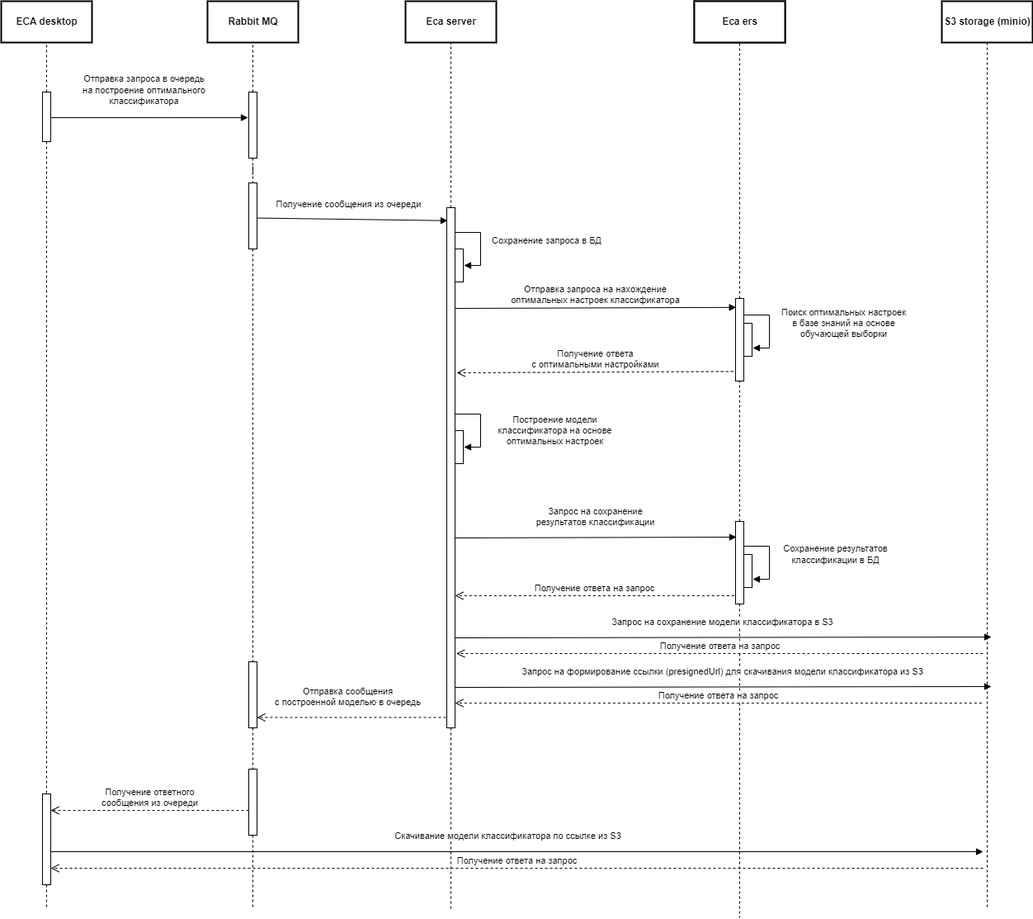
Above: doc/images/evaluation-optimizer-request-sequence.png in Stonnos/eca-service (draw.io), before the change. Source tidied: cells renumbered, new cells last; positions are measured from the earlier drawing's top-left corner, leaving out a move shared by most shapes.
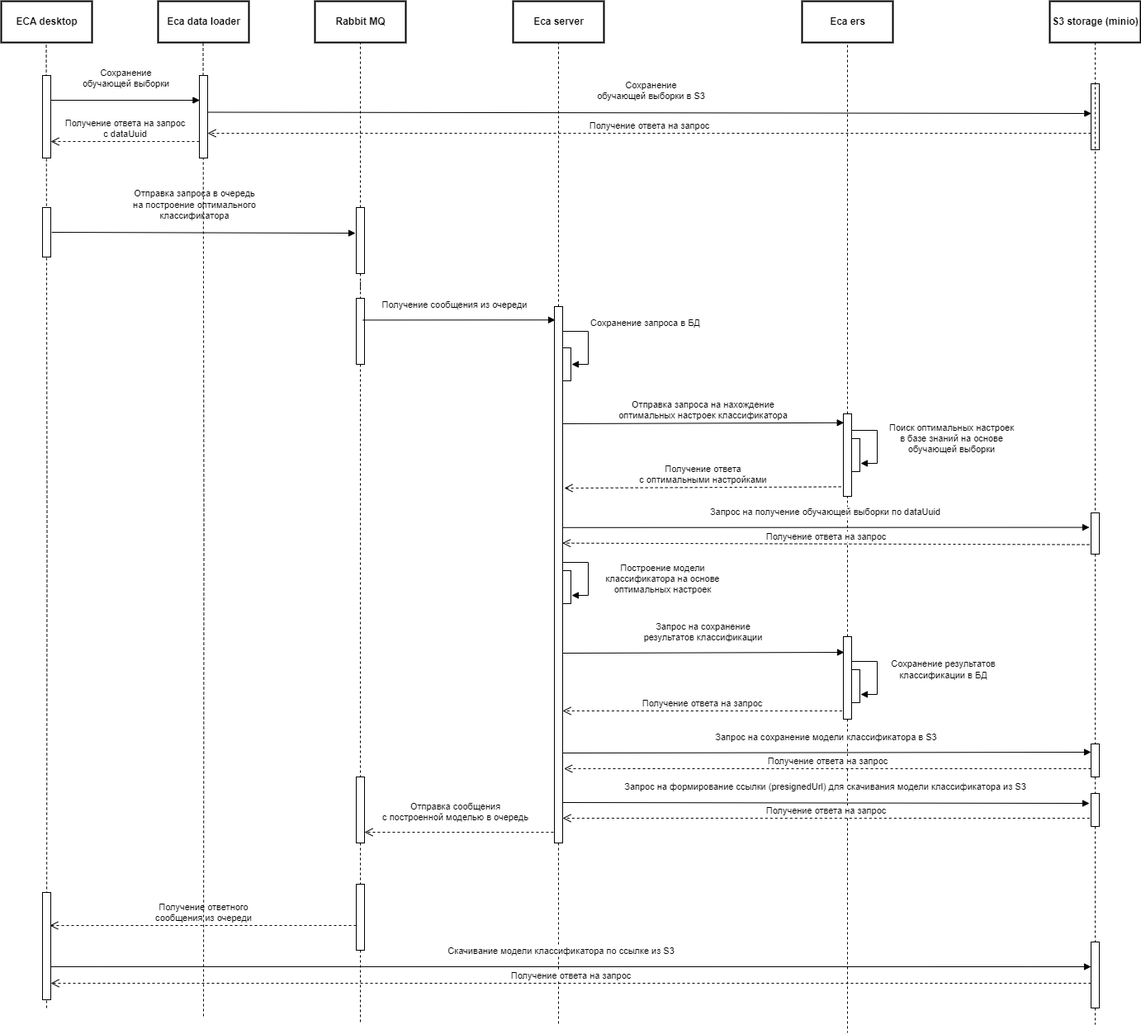
The same diagram one commit later.

Commit message:
#ES-295 - updated sequence diagrams

What changed in the source:
```diff
@@ -2,17 +2,20 @@
   <root>
     <mxCell id="0" />
     <mxCell id="1" parent="0" />
-    <mxCell id="2" style="edgeStyle=orthogonalEdgeStyle;rounded=0;jettySize=auto;html=1;endArrow=none;endFill=0;dashed=1;entryX=0.5;entryY=1;entryDx=0;entryDy=0;" parent="1" edge="1" source="4" target="5">
-      <mxGeometry relative="1" as="geometry" />
-    </mxCell>
-    <mxCell id="3" style="edgeStyle=orthogonalEdgeStyle;rounded=0;jettySize=auto;html=1;dashed=1;endArrow=none;endFill=0;" parent="1" edge="1" source="4" target="32">
-      <mxGeometry relative="1" as="geometry" />
-    </mxCell>
+    <mxCell id="53" style="edgeStyle=orthogonalEdgeStyle;rounded=0;jettySize=auto;html=1;startArrow=none;startFill=0;dashed=1;endArrow=none;endFill=0;" parent="1" edge="1" source="70" target="64">
+      <mxGeometry relative="1" as="geometry" />
+    </mxCell>
+    <mxCell id="54" style="edgeStyle=orthogonalEdgeStyle;rounded=0;orthogonalLoop=1;jettySize=auto;html=1;entryX=0.5;entryY=1;entryDx=0;entryDy=0;dashed=1;endArrow=none;endFill=0;strokeColor=#000000;" parent="1" edge="1">
+      <mxGeometry relative="1" as="geometry">
+        <mxPoint x="-75" y="1080" as="sourcePoint" />
+        <mxPoint x="-75.5" y="-100" as="targetPoint" />
+      </mxGeometry>
+    </mxCell>
     <mxCell id="4" style="html=1;points=[];perimeter=orthogonalPerimeter;" parent="1" vertex="1">
-      <mxGeometry x="50" y="110" width="10" height="60" as="geometry" />
+      <mxGeometry x="-80" y="110" width="10" height="60" as="geometry" />
     </mxCell>
     <mxCell id="5" value="&lt;b&gt;ECA desktop&lt;/b&gt;" style="html=1;strokeWidth=2;" parent="1" vertex="1">
-      <mxGeometry width="110" height="50" as="geometry" />
+      <mxGeometry x="-130" y="-140" width="110" height="50" as="geometry" />
     </mxCell>
     <mxCell id="6" style="edgeStyle=orthogonalEdgeStyle;rounded=0;jettySize=auto;html=1;entryX=0.5;entryY=1;entryDx=0;entryDy=0;dashed=1;endArrow=none;endFill=0;" parent="1" edge="1" source="7" target="9">
       <mxGeometry relative="1" as="geometry" />
@@ -20,19 +23,17 @@
     <mxCell id="7" style="html=1;points=[];perimeter=orthogonalPerimeter;" parent="1" vertex="1">
       <mxGeometry x="300" y="110" width="10" height="80" as="geometry" />
     </mxCell>
-    <mxCell id="8" value="&lt;font style=&quot;font-size: 11px&quot;&gt;Отправка запроса в очередь&lt;br&gt;на построение оптимального&lt;br&gt;классификатора&lt;/font&gt;" style="html=1;verticalAlign=bottom;endArrow=block;entryX=-0.1;entryY=0.388;entryDx=0;entryDy=0;entryPerimeter=0;" parent="1" edge="1" target="7">
-      <mxGeometry x="-0.06" y="11" relative="1" as="geometry">
-        <mxPoint x="60" y="141" as="sourcePoint" />
-      </mxGeometry>
+    <mxCell id="8" value="&lt;font style=&quot;font-size: 11px&quot;&gt;Отправка запроса в очередь&lt;br&gt;на построение оптимального&lt;br&gt;классификатора&lt;/font&gt;" style="html=1;verticalAlign=bottom;endArrow=block;entryX=-0.1;entryY=0.388;entryDx=0;entryDy=0;entryPerimeter=0;exitX=1.12;exitY=0.5;exitDx=0;exitDy=0;exitPerimeter=0;" parent="1" edge="1" source="4" target="7">
+      <mxGeometry x="-0.06" y="11" relative="1" as="geometry" />
     </mxCell>
     <mxCell id="9" value="&lt;b&gt;Rabbit MQ&lt;/b&gt;" style="html=1;strokeWidth=2;" parent="1" vertex="1">
-      <mxGeometry x="250" width="110" height="50" as="geometry" />
+      <mxGeometry x="250" y="-140" width="110" height="50" as="geometry" />
     </mxCell>
     <mxCell id="10" value="&lt;b&gt;Eca server&lt;/b&gt;" style="html=1;strokeWidth=2;" parent="1" vertex="1">
-      <mxGeometry x="490" width="110" height="50" as="geometry" />
+      <mxGeometry x="490" y="-140" width="110" height="50" as="geometry" />
     </mxCell>
     <mxCell id="11" value="&lt;b&gt;Eca ers&lt;/b&gt;" style="html=1;strokeWidth=2;" parent="1" vertex="1">
-      <mxGeometry x="840" width="110" height="50" as="geometry" />
+      <mxGeometry x="840" y="-140" width="110" height="50" as="geometry" />
     </mxCell>
     <mxCell id="12" style="edgeStyle=orthogonalEdgeStyle;rounded=0;jettySize=auto;html=1;entryX=0.5;entryY=1;entryDx=0;entryDy=0;dashed=1;endArrow=none;endFill=0;strokeColor=#000000;" parent="1" edge="1" source="14" target="10">
       <mxGeometry relative="1" as="geometry" />
@@ -43,7 +44,7 @@
       </mxGeometry>
     </mxCell>
     <mxCell id="14" style="html=1;points=[];perimeter=orthogonalPerimeter;" parent="1" vertex="1">
-      <mxGeometry x="540" y="250" width="10" height="630" as="geometry" />
+      <mxGeometry x="540" y="230" width="10" height="650" as="geometry" />
     </mxCell>
     <mxCell id="15" style="html=1;points=[];perimeter=orthogonalPerimeter;" parent="1" vertex="1">
       <mxGeometry x="300" y="220" width="10" height="80" as="geometry" />
@@ -51,25 +52,26 @@
     <mxCell id="16" style="edgeStyle=orthogonalEdgeStyle;rounded=0;jettySize=auto;html=1;dashed=1;endArrow=none;endFill=0;" parent="1" edge="1" source="7" target="15">
       <mxGeometry relative="1" as="geometry" />
     </mxCell>
-    <mxCell id="17" value="&lt;font style=&quot;font-size: 11px&quot;&gt;Получение сообщения из очереди&lt;/font&gt;" style="html=1;verticalAlign=bottom;endArrow=block;strokeColor=#000000;entryX=0.1;entryY=0.025;entryDx=0;entryDy=0;entryPerimeter=0;exitX=1.071;exitY=0.532;exitDx=0;exitDy=0;exitPerimeter=0;" parent="1" edge="1" source="15" target="14">
+    <mxCell id="17" value="&lt;font style=&quot;font-size: 11px&quot;&gt;Получение сообщения из очереди&lt;/font&gt;" style="html=1;verticalAlign=bottom;endArrow=block;strokeColor=#000000;entryX=0.1;entryY=0.025;entryDx=0;entryDy=0;entryPerimeter=0;exitX=0.8;exitY=0.33;exitDx=0;exitDy=0;exitPerimeter=0;" parent="1" edge="1" source="15" target="14">
       <mxGeometry x="-0.04" y="9" relative="1" as="geometry" />
     </mxCell>
     <mxCell id="18" style="html=1;perimeter=orthogonalPerimeter;" parent="1" vertex="1">
-      <mxGeometry x="550" y="300" width="10" height="40" as="geometry" />
+      <mxGeometry x="550" y="280" width="10" height="40" as="geometry" />
     </mxCell>
     <mxCell id="19" value="Сохранение запроса в БД" style="edgeStyle=orthogonalEdgeStyle;html=1;align=left;spacingLeft=2;endArrow=block;rounded=0;strokeColor=#000000;" parent="1" edge="1">
       <mxGeometry x="-0.1" y="10" relative="1" as="geometry">
         <mxPoint x="550" y="280" as="sourcePoint" />
-        <mxPoint x="561" y="320" as="targetPoint" />
+        <mxPoint x="561" y="300" as="targetPoint" />
         <Array as="points">
-          <mxPoint x="550" y="280" />
-          <mxPoint x="581" y="280" />
-          <mxPoint x="581" y="320" />
+          <mxPoint x="550" y="260" />
+          <mxPoint x="581" y="260" />
+          <mxPoint x="581" y="300" />
+          <mxPoint x="561" y="300" />
         </Array>
       </mxGeometry>
     </mxCell>
     <mxCell id="20" style="html=1;perimeter=orthogonalPerimeter;" parent="1" vertex="1">
-      <mxGeometry x="550" y="520" width="10" height="40" as="geometry" />
+      <mxGeometry x="550" y="550" width="10" height="40" as="geometry" />
     </mxCell>
     <mxCell id="21" style="edgeStyle=orthogonalEdgeStyle;rounded=0;jettySize=auto;html=1;entryX=0.5;entryY=1;entryDx=0;entryDy=0;endArrow=none;endFill=0;strokeColor=#000000;dashed=1;" parent="1" edge="1" source="38" target="11">
       <mxGeometry relative="1" as="geometry" />
@@ -96,12 +98,12 @@
     </mxCell>
     <mxCell id="26" value="&lt;font style=&quot;font-size: 11px&quot;&gt;Построение модели&lt;br&gt;классификатора на основе&lt;br&gt;оптимальных настроек&lt;/font&gt;" style="edgeStyle=orthogonalEdgeStyle;html=1;align=center;spacingLeft=2;endArrow=block;rounded=0;strokeColor=#000000;" parent="1" edge="1">
       <mxGeometry x="0.12" y="89" relative="1" as="geometry">
-        <mxPoint x="550" y="500" as="sourcePoint" />
-        <mxPoint x="561" y="540" as="targetPoint" />
+        <mxPoint x="550" y="540" as="sourcePoint" />
+        <mxPoint x="561" y="580" as="targetPoint" />
         <Array as="points">
-          <mxPoint x="550" y="500" />
-          <mxPoint x="581" y="500" />
+          <mxPoint x="550" y="540" />
           <mxPoint x="581" y="540" />
+          <mxPoint x="581" y="580" />
         </Array>
       </mxGeometry>
     </mxCell>
@@ -119,13 +121,8 @@
     <mxCell id="30" value="&lt;font style=&quot;font-size: 11px&quot;&gt;Отправка сообщения&lt;br&gt;с построенной моделью в очередь&lt;/font&gt;" style="html=1;verticalAlign=bottom;endArrow=open;dashed=1;endSize=8;strokeColor=#000000;exitX=-0.106;exitY=0.98;exitDx=0;exitDy=0;exitPerimeter=0;" parent="1" edge="1" source="14" target="28">
       <mxGeometry x="0.04" y="-9" relative="1" as="geometry" />
     </mxCell>
-    <mxCell id="31" style="edgeStyle=orthogonalEdgeStyle;rounded=0;jettySize=auto;html=1;endArrow=none;endFill=0;strokeColor=#000000;dashed=1;" parent="1" edge="1" source="32">
-      <mxGeometry relative="1" as="geometry">
-        <mxPoint x="55" y="1100" as="targetPoint" />
-      </mxGeometry>
-    </mxCell>
     <mxCell id="32" style="html=1;points=[];perimeter=orthogonalPerimeter;" parent="1" vertex="1">
-      <mxGeometry x="50" y="960" width="10" height="110" as="geometry" />
+      <mxGeometry x="-80" y="940" width="10" height="130" as="geometry" />
     </mxCell>
     <mxCell id="33" style="html=1;points=[];perimeter=orthogonalPerimeter;" parent="1" vertex="1">
       <mxGeometry x="300" y="930" width="10" height="80" as="geometry" />
@@ -133,10 +130,9 @@
     <mxCell id="34" style="edgeStyle=orthogonalEdgeStyle;rounded=0;jettySize=auto;html=1;dashed=1;endArrow=none;endFill=0;strokeColor=#000000;" parent="1" edge="1" source="28" target="33">
       <mxGeometry relative="1" as="geometry" />
     </mxCell>
-    <mxCell id="35" value="&lt;font style=&quot;font-size: 11px&quot;&gt;Получение ответного&lt;br&gt;сообщения из очереди&lt;/font&gt;" style="html=1;verticalAlign=bottom;endArrow=open;dashed=1;endSize=8;strokeColor=#000000;" parent="1" edge="1">
+    <mxCell id="35" value="&lt;font style=&quot;font-size: 11px&quot;&gt;Получение ответного&lt;br&gt;сообщения из очереди&lt;/font&gt;" style="html=1;verticalAlign=bottom;endArrow=open;dashed=1;endSize=8;strokeColor=#000000;entryX=0.88;entryY=0.308;entryDx=0;entryDy=0;entryPerimeter=0;" parent="1" edge="1" target="32">
       <mxGeometry relative="1" as="geometry">
         <mxPoint x="300" y="980" as="sourcePoint" />
-        <mxPoint x="60" y="980" as="targetPoint" />
       </mxGeometry>
     </mxCell>
     <mxCell id="36" style="html=1;perimeter=orthogonalPerimeter;" parent="1" vertex="1">
@@ -184,21 +180,17 @@
         </Array>
       </mxGeometry>
     </mxCell>
-    <mxCell id="44" value="&lt;b&gt;Eca ers&lt;/b&gt;" style="html=1;strokeWidth=2;" parent="1" vertex="1">
-      <mxGeometry x="840" width="110" height="50" as="geometry" />
-    </mxCell>
-    <mxCell id="45" style="edgeStyle=orthogonalEdgeStyle;rounded=0;jettySize=auto;html=1;startArrow=none;startFill=0;dashed=1;endArrow=none;endFill=0;" parent="1" edge="1" source="46">
+    <mxCell id="45" style="edgeStyle=orthogonalEdgeStyle;rounded=0;jettySize=auto;html=1;startArrow=none;startFill=0;dashed=1;endArrow=none;endFill=0;" parent="1" edge="1" source="64">
       <mxGeometry relative="1" as="geometry">
         <mxPoint x="1195" y="1100" as="targetPoint" />
       </mxGeometry>
     </mxCell>
     <mxCell id="46" value="&lt;b&gt;S3 storage (minio)&lt;/b&gt;" style="html=1;strokeWidth=2;" parent="1" vertex="1">
-      <mxGeometry x="1140" width="110" height="50" as="geometry" />
+      <mxGeometry x="1140" y="-140" width="110" height="50" as="geometry" />
     </mxCell>
-    <mxCell id="47" value="Запрос на сохранение модели классификатора в S3" style="html=1;verticalAlign=bottom;endArrow=block;strokeColor=#000000;" parent="1" edge="1">
+    <mxCell id="47" value="Запрос на сохранение модели классификатора в S3" style="html=1;verticalAlign=bottom;endArrow=block;strokeColor=#000000;entryX=0;entryY=0.25;entryDx=0;entryDy=0;entryPerimeter=0;" parent="1" edge="1" target="65">
       <mxGeometry y="10" relative="1" as="geometry">
         <mxPoint x="550" y="771" as="sourcePoint" />
-        <mxPoint x="1200" y="770" as="targetPoint" />
       </mxGeometry>
     </mxCell>
     <mxCell id="48" value="&lt;font style=&quot;font-size: 11px&quot;&gt;Получение ответа на запрос&lt;/font&gt;" style="html=1;verticalAlign=bottom;endArrow=open;dashed=1;endSize=8;strokeColor=#000000;" parent="1" edge="1">
@@ -207,10 +199,9 @@
         <mxPoint x="551.6" y="790" as="targetPoint" />
       </mxGeometry>
     </mxCell>
-    <mxCell id="49" value="Запрос на формирование ссылки (presignedUrl) для скачивания модели классификатора из S3" style="html=1;verticalAlign=bottom;endArrow=block;strokeColor=#000000;" parent="1" edge="1">
+    <mxCell id="49" value="Запрос на формирование ссылки (presignedUrl) для скачивания модели классификатора из S3" style="html=1;verticalAlign=bottom;endArrow=block;strokeColor=#000000;entryX=-0.2;entryY=0.3;entryDx=0;entryDy=0;entryPerimeter=0;" parent="1" edge="1" target="66">
       <mxGeometry y="10" relative="1" as="geometry">
         <mxPoint x="550" y="831" as="sourcePoint" />
-        <mxPoint x="1200" y="830" as="targetPoint" />
       </mxGeometry>
     </mxCell>
     <mxCell id="50" value="&lt;font style=&quot;font-size: 11px&quot;&gt;Получение ответа на запрос&lt;/font&gt;" style="html=1;verticalAlign=bottom;endArrow=open;dashed=1;endSize=8;strokeColor=#000000;" parent="1" edge="1">
@@ -219,18 +210,77 @@
         <mxPoint x="550" y="850" as="targetPoint" />
       </mxGeometry>
     </mxCell>
-    <mxCell id="51" value="&lt;font style=&quot;font-size: 11px&quot;&gt;Скачивание модели классификатора по ссылке из S3&lt;br&gt;&lt;/font&gt;" style="html=1;verticalAlign=bottom;endArrow=block;strokeColor=#000000;" parent="1" edge="1">
+    <mxCell id="51" value="&lt;font style=&quot;font-size: 11px&quot;&gt;Скачивание модели классификатора по ссылке из S3&lt;br&gt;&lt;/font&gt;" style="html=1;verticalAlign=bottom;endArrow=block;strokeColor=#000000;exitX=1;exitY=0.692;exitDx=0;exitDy=0;exitPerimeter=0;" parent="1" edge="1" source="32">
       <mxGeometry x="-0.02" y="10" relative="1" as="geometry">
-        <mxPoint x="60" y="1030" as="sourcePoint" />
         <mxPoint x="1190" y="1030" as="targetPoint" />
         <mxPoint x="-1" as="offset" />
       </mxGeometry>
     </mxCell>
-    <mxCell id="52" value="&lt;font style=&quot;font-size: 11px&quot;&gt;Получение ответа на запрос&lt;/font&gt;" style="html=1;verticalAlign=bottom;endArrow=open;dashed=1;endSize=8;strokeColor=#000000;entryX=1.294;entryY=0.786;entryDx=0;entryDy=0;entryPerimeter=0;" parent="1" edge="1">
+    <mxCell id="52" value="&lt;font style=&quot;font-size: 11px&quot;&gt;Получение ответа на запрос&lt;/font&gt;" style="html=1;verticalAlign=bottom;endArrow=open;dashed=1;endSize=8;strokeColor=#000000;" parent="1" edge="1">
       <mxGeometry relative="1" as="geometry">
         <mxPoint x="1190" y="1050" as="sourcePoint" />
-        <mxPoint x="60" y="1050" as="targetPoint" />
+        <mxPoint x="-70" y="1050" as="targetPoint" />
       </mxGeometry>
     </mxCell>
+    <mxCell id="55" value="&lt;b&gt;Eca data loader&lt;/b&gt;" style="html=1;strokeWidth=2;" parent="1" vertex="1">
+      <mxGeometry x="60" y="-140" width="110" height="50" as="geometry" />
+    </mxCell>
+    <mxCell id="56" style="html=1;points=[];perimeter=orthogonalPerimeter;" parent="1" vertex="1">
+      <mxGeometry x="-80" y="-50" width="10" height="100" as="geometry" />
+    </mxCell>
+    <mxCell id="57" value="&lt;font style=&quot;font-size: 11px&quot;&gt;Сохранение&lt;br&gt;обучающей выборки&lt;br&gt;&lt;/font&gt;" style="html=1;verticalAlign=bottom;endArrow=block;exitX=1.12;exitY=0.495;exitDx=0;exitDy=0;exitPerimeter=0;entryX=0.04;entryY=0.3;entryDx=0;entryDy=0;entryPerimeter=0;" parent="1" edge="1" target="59">
+      <mxGeometry y="11" relative="1" as="geometry">
+        <mxPoint x="-70" y="-20" as="sourcePoint" />
+      </mxGeometry>
+    </mxCell>
+    <mxCell id="58" style="edgeStyle=orthogonalEdgeStyle;rounded=0;orthogonalLoop=1;jettySize=auto;html=1;entryX=0.5;entryY=1;entryDx=0;entryDy=0;dashed=1;endArrow=none;endFill=0;strokeColor=#000000;" parent="1" edge="1">
+      <mxGeometry relative="1" as="geometry">
+        <mxPoint x="115" y="1090" as="sourcePoint" />
+        <mxPoint x="114.5" y="-90" as="targetPoint" />
+      </mxGeometry>
+    </mxCell>
+    <mxCell id="59" style="html=1;points=[];perimeter=orthogonalPerimeter;" parent="1" vertex="1">
+      <mxGeometry x="110" y="-50" width="10" height="100" as="geometry" />
+    </mxCell>
+    <mxCell id="60" value="&lt;font style=&quot;font-size: 11px&quot;&gt;Сохранение&lt;br&gt;обучающей выборки в S3&lt;br&gt;&lt;/font&gt;" style="html=1;verticalAlign=bottom;endArrow=block;exitX=1.12;exitY=0.495;exitDx=0;exitDy=0;exitPerimeter=0;entryX=0.04;entryY=0.45;entryDx=0;entryDy=0;entryPerimeter=0;" parent="1" edge="1" target="61">
+      <mxGeometry y="11" relative="1" as="geometry">
+        <mxPoint x="120" y="-5.5" as="sourcePoint" />
+      </mxGeometry>
+    </mxCell>
+    <mxCell id="61" style="html=1;points=[];perimeter=orthogonalPerimeter;" parent="1" vertex="1">
+      <mxGeometry x="1190" y="-40" width="10" height="80" as="geometry" />
+    </mxCell>
+    <mxCell id="62" value="&lt;font style=&quot;font-size: 11px&quot;&gt;Получение ответа на запрос&lt;/font&gt;" style="html=1;verticalAlign=bottom;endArrow=open;dashed=1;endSize=8;strokeColor=#000000;" parent="1" edge="1">
+      <mxGeometry relative="1" as="geometry">
+        <mxPoint x="1190" y="20" as="sourcePoint" />
+        <mxPoint x="120" y="20" as="targetPoint" />
+      </mxGeometry>
+    </mxCell>
+    <mxCell id="63" value="&lt;font style=&quot;font-size: 11px&quot;&gt;Получение ответа на запрос&lt;br&gt;c dataUuid&lt;/font&gt;" style="html=1;verticalAlign=bottom;endArrow=open;dashed=1;endSize=8;strokeColor=#000000;exitX=0;exitY=0.75;exitDx=0;exitDy=0;exitPerimeter=0;entryX=1;entryY=0.8;entryDx=0;entryDy=0;entryPerimeter=0;" parent="1" edge="1" target="56">
+      <mxGeometry relative="1" as="geometry">
+        <mxPoint x="110" y="30" as="sourcePoint" />
+      </mxGeometry>
+    </mxCell>
+    <mxCell id="64" style="html=1;points=[];perimeter=orthogonalPerimeter;" parent="1" vertex="1">
+      <mxGeometry x="1190" y="1000" width="10" height="80" as="geometry" />
+    </mxCell>
+    <mxCell id="65" style="html=1;points=[];perimeter=orthogonalPerimeter;" parent="1" vertex="1">
+      <mxGeometry x="1190" y="760" width="10" height="40" as="geometry" />
+    </mxCell>
+    <mxCell id="66" style="html=1;points=[];perimeter=orthogonalPerimeter;" parent="1" vertex="1">
+      <mxGeometry x="1190" y="820" width="10" height="40" as="geometry" />
+    </mxCell>
+    <mxCell id="67" value="&lt;font style=&quot;font-size: 11px&quot;&gt;Запрос на получение обучающей выборки по dataUuid&lt;br&gt;&lt;/font&gt;" style="html=1;verticalAlign=bottom;endArrow=block;strokeColor=#000000;entryX=-0.2;entryY=0.352;entryDx=0;entryDy=0;entryPerimeter=0;exitX=1;exitY=0.412;exitDx=0;exitDy=0;exitPerimeter=0;" parent="1" edge="1" source="14" target="70">
+      <mxGeometry y="10" relative="1" as="geometry" />
+    </mxCell>
+    <mxCell id="68" value="&lt;font style=&quot;font-size: 11px&quot;&gt;Получение ответа на запрос&lt;/font&gt;" style="html=1;verticalAlign=bottom;endArrow=open;dashed=1;endSize=8;strokeColor=#000000;exitX=-0.2;exitY=0.77;exitDx=0;exitDy=0;exitPerimeter=0;entryX=0.96;entryY=0.441;entryDx=0;entryDy=0;entryPerimeter=0;" parent="1" edge="1" source="70" target="14">
+      <mxGeometry relative="1" as="geometry" />
+    </mxCell>
+    <mxCell id="69" style="edgeStyle=orthogonalEdgeStyle;rounded=0;jettySize=auto;html=1;startArrow=none;startFill=0;dashed=1;endArrow=none;endFill=0;" parent="1" edge="1" source="46" target="70">
+      <mxGeometry relative="1" as="geometry" />
+    </mxCell>
+    <mxCell id="70" style="html=1;points=[];perimeter=orthogonalPerimeter;" parent="1" vertex="1">
+      <mxGeometry x="1190" y="480" width="10" height="50" as="geometry" />
+    </mxCell>
   </root>
 </mxGraphModel>
```
